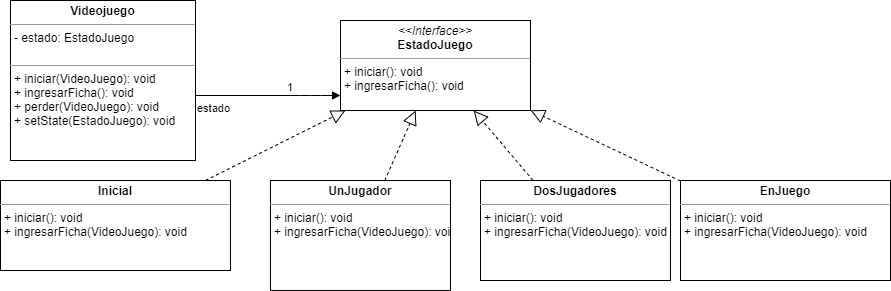
Above: src/tpStateStrategy/videoJuego/Videojuego.png in CundariNicolas/unqui-poo2-cundari (draw.io), before the change. Source tidied: cells renumbered, new cells last; positions are measured from the earlier drawing's top-left corner, leaving out a move shared by most shapes.
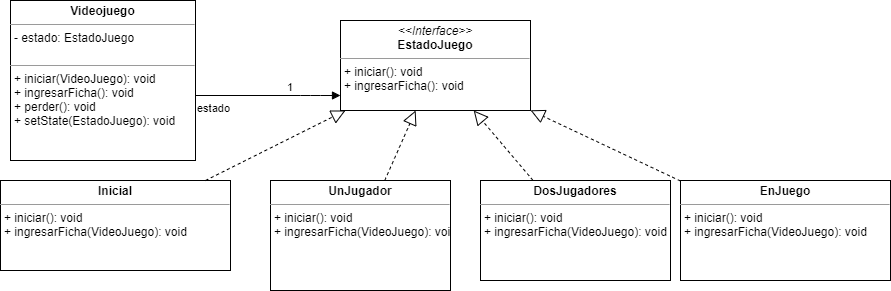
The same file after the commit.

The edit, as a diff of the source:
```diff
@@ -2,7 +2,7 @@
   <root>
     <mxCell id="0" />
     <mxCell id="1" parent="0" />
-    <mxCell id="2" value="&lt;p style=&quot;margin: 0px ; margin-top: 4px ; text-align: center&quot;&gt;&lt;b&gt;Videojuego&lt;/b&gt;&lt;/p&gt;&lt;hr size=&quot;1&quot;&gt;&lt;p style=&quot;margin: 0px ; margin-left: 4px&quot;&gt;- estado: EstadoJuego&lt;/p&gt;&lt;p style=&quot;margin: 0px ; margin-left: 4px&quot;&gt;&lt;br&gt;&lt;/p&gt;&lt;hr size=&quot;1&quot;&gt;&lt;p style=&quot;margin: 0px ; margin-left: 4px&quot;&gt;+ iniciar(VideoJuego): void&lt;/p&gt;&lt;p style=&quot;margin: 0px ; margin-left: 4px&quot;&gt;+ ingresarFicha(): void&lt;/p&gt;&lt;p style=&quot;margin: 0px ; margin-left: 4px&quot;&gt;+ perder(VideoJuego): void&lt;/p&gt;&lt;p style=&quot;margin: 0px ; margin-left: 4px&quot;&gt;+ setState(EstadoJuego): void&lt;/p&gt;&lt;p style=&quot;margin: 0px ; margin-left: 4px&quot;&gt;&lt;br&gt;&lt;/p&gt;" style="verticalAlign=top;align=left;overflow=fill;fontSize=12;fontFamily=Helvetica;html=1;" parent="1" vertex="1">
+    <mxCell id="2" value="&lt;p style=&quot;margin: 0px ; margin-top: 4px ; text-align: center&quot;&gt;&lt;b&gt;Videojuego&lt;/b&gt;&lt;/p&gt;&lt;hr size=&quot;1&quot;&gt;&lt;p style=&quot;margin: 0px ; margin-left: 4px&quot;&gt;- estado: EstadoJuego&lt;/p&gt;&lt;p style=&quot;margin: 0px ; margin-left: 4px&quot;&gt;&lt;br&gt;&lt;/p&gt;&lt;hr size=&quot;1&quot;&gt;&lt;p style=&quot;margin: 0px ; margin-left: 4px&quot;&gt;+ iniciar(VideoJuego): void&lt;/p&gt;&lt;p style=&quot;margin: 0px ; margin-left: 4px&quot;&gt;+ ingresarFicha(): void&lt;/p&gt;&lt;p style=&quot;margin: 0px ; margin-left: 4px&quot;&gt;+ perder(): void&lt;/p&gt;&lt;p style=&quot;margin: 0px ; margin-left: 4px&quot;&gt;+ setState(EstadoJuego): void&lt;/p&gt;&lt;p style=&quot;margin: 0px ; margin-left: 4px&quot;&gt;&lt;br&gt;&lt;/p&gt;" style="verticalAlign=top;align=left;overflow=fill;fontSize=12;fontFamily=Helvetica;html=1;" parent="1" vertex="1">
       <mxGeometry x="10" width="185" height="160" as="geometry" />
     </mxCell>
     <mxCell id="3" value="&lt;p style=&quot;margin: 0px ; margin-top: 4px ; text-align: center&quot;&gt;&lt;i&gt;&amp;lt;&amp;lt;Interface&amp;gt;&amp;gt;&lt;/i&gt;&lt;br&gt;&lt;b&gt;EstadoJuego&lt;/b&gt;&lt;/p&gt;&lt;hr size=&quot;1&quot;&gt;&lt;p style=&quot;margin: 0px ; margin-left: 4px&quot;&gt;&lt;/p&gt;&lt;p style=&quot;margin: 0px ; margin-left: 4px&quot;&gt;+ iniciar(): void&amp;nbsp;&lt;/p&gt;&lt;p style=&quot;margin: 0px ; margin-left: 4px&quot;&gt;+ ingresarFicha(): void&lt;/p&gt;&lt;p style=&quot;margin: 0px ; margin-left: 4px&quot;&gt;&lt;br&gt;&lt;/p&gt;" style="verticalAlign=top;align=left;overflow=fill;fontSize=12;fontFamily=Helvetica;html=1;" parent="1" vertex="1">
```
